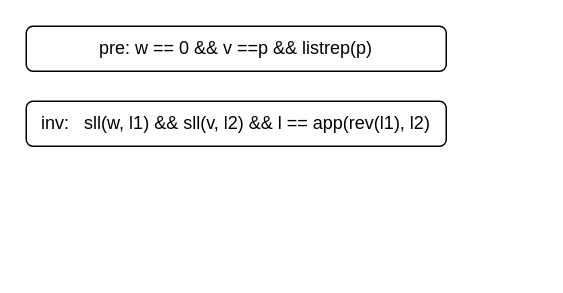
Zhang-Liao/draw-io keeps this draw.io diagram as sll-loop-inv.drawio. Above is the earlier version. Source tidied: cells renumbered, new cells numbered last; positions are measured from the earlier drawing's top-left corner, leaving out a move shared by most shapes. Both pictures are drawn from the tidied source at 150%, with x=0, y=0 at pixel (26, 26).
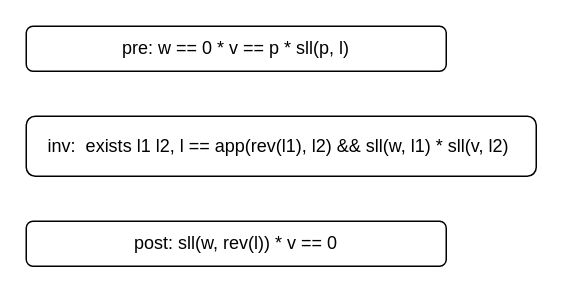
After the change.

The edit, as a diff of the source:
```diff
@@
 <mxGraphModel>
   <root>
     <mxCell id="0" />
     <mxCell id="1" parent="0" />
-    <mxCell id="2" value="pre: w == 0 &amp;amp;&amp;amp; v ==p &amp;amp;&amp;amp; listrep(p)" style="rounded=1;whiteSpace=wrap;html=1;" parent="1" vertex="1">
+    <mxCell id="2" value="pre: w == 0 * v == p * sll(p, l)" style="rounded=1;whiteSpace=wrap;html=1;" parent="1" vertex="1">
       <mxGeometry width="280" height="30" as="geometry" />
     </mxCell>
-    <mxCell id="3" value="inv:&amp;nbsp;&amp;nbsp; sll(w, l1) &amp;amp;&amp;amp; sll(v, l2) &amp;amp;&amp;amp;&amp;nbsp;l == app(rev(l1), l2)" style="rounded=1;whiteSpace=wrap;html=1;" parent="1" vertex="1">
-      <mxGeometry y="50" width="280" height="30" as="geometry" />
+    <mxCell id="3" value="inv:&amp;nbsp; exists l1 l2, l == app(rev(l1), l2) &amp;amp;&amp;amp; sll(w, l1) * sll(v, l2)&amp;nbsp;" style="rounded=1;whiteSpace=wrap;html=1;" parent="1" vertex="1">
+      <mxGeometry y="60" width="340" height="40" as="geometry" />
     </mxCell>
+    <mxCell id="4" value="post: sll(w, rev(l)) * v == 0" style="rounded=1;whiteSpace=wrap;html=1;" parent="1" vertex="1">
+      <mxGeometry y="130" width="280" height="30" as="geometry" />
+    </mxCell>
   </root>
 </mxGraphModel>
```
